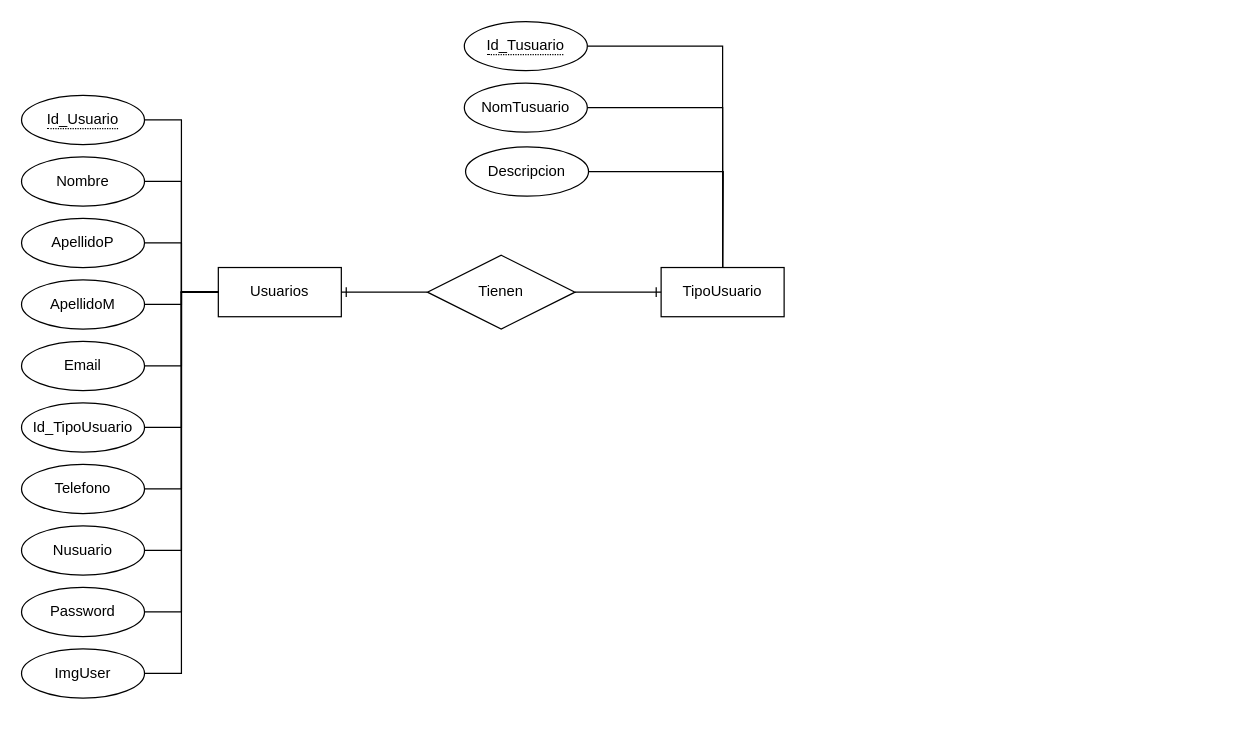
Earlier version of the draw.io diagram page "Modelo_ER" (2 of 2) of Proyecto_WebCarr.drawio (JlchavezG/WebCarr). Source tidied: cells renumbered, new cells numbered last; positions are measured from the earlier drawing's top-left corner, leaving out a move shared by most shapes. Both pictures are drawn from the tidied source at 123%, with x=0, y=0 at pixel (21, 21).
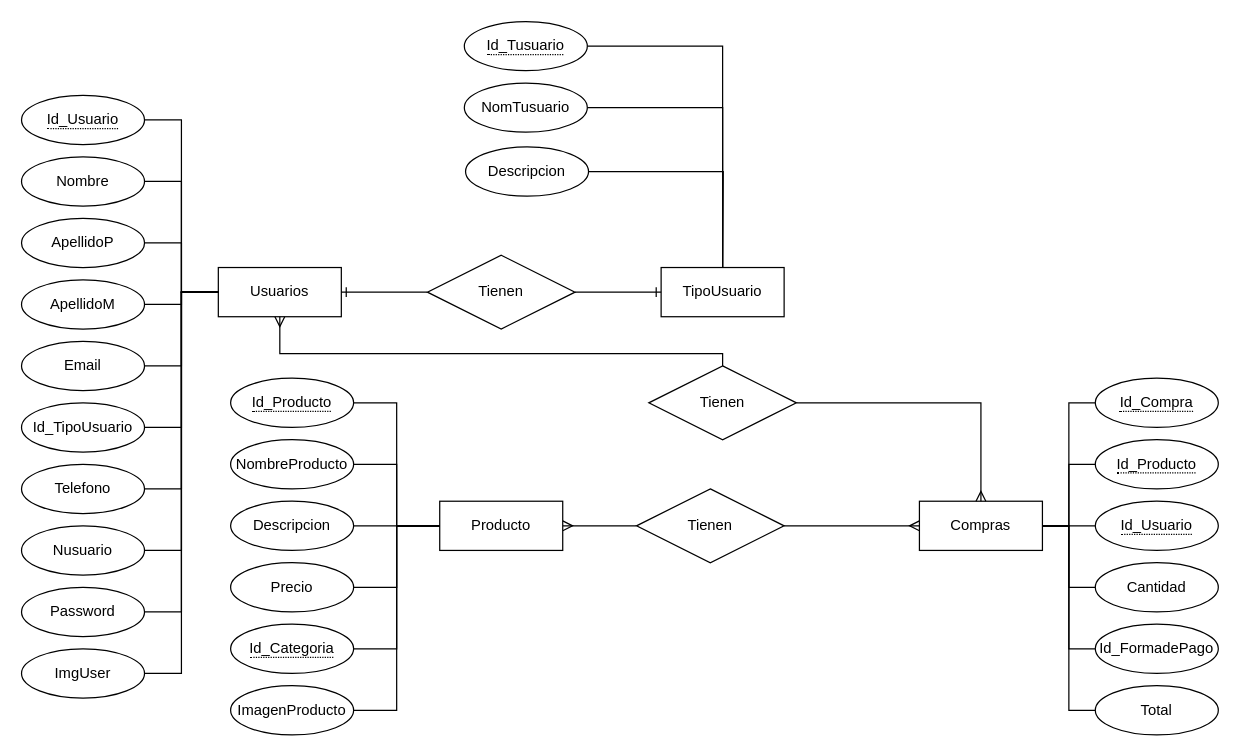
The same diagram, later.

Unchanged cells that the change refers to:
```xml
<mxCell id="3" value="Usuarios&lt;br&gt;" style="whiteSpace=wrap;html=1;align=center;" parent="1" vertex="1">
  <mxGeometry x="160" y="200" width="100" height="40" as="geometry" />
</mxCell>
```

Change to the diagram source:
```diff
@@
+    <mxCell id="34" style="edgeStyle=orthogonalEdgeStyle;rounded=0;jettySize=auto;html=1;entryX=0;entryY=0.5;entryDx=0;entryDy=0;endArrow=none;endFill=0;startArrow=ERmany;startFill=0;" parent="1" edge="1" source="35" target="49">
+      <mxGeometry relative="1" as="geometry" />
+    </mxCell>
+    <mxCell id="35" value="Producto" style="whiteSpace=wrap;html=1;align=center;" parent="1" vertex="1">
+      <mxGeometry x="340" y="390" width="100" height="40" as="geometry" />
+    </mxCell>
+    <mxCell id="36" style="edgeStyle=orthogonalEdgeStyle;rounded=0;jettySize=auto;html=1;entryX=0;entryY=0.5;entryDx=0;entryDy=0;endArrow=none;endFill=0;" parent="1" edge="1" source="37" target="35">
+      <mxGeometry relative="1" as="geometry" />
+    </mxCell>
+    <mxCell id="37" value="&lt;span style=&quot;border-bottom: 1px dotted&quot;&gt;Id_Producto&lt;/span&gt;" style="ellipse;whiteSpace=wrap;html=1;align=center;" parent="1" vertex="1">
+      <mxGeometry x="170" y="290" width="100" height="40" as="geometry" />
+    </mxCell>
+    <mxCell id="38" style="edgeStyle=orthogonalEdgeStyle;rounded=0;jettySize=auto;html=1;entryX=0;entryY=0.5;entryDx=0;entryDy=0;endArrow=none;endFill=0;" parent="1" edge="1" source="39" target="35">
+      <mxGeometry relative="1" as="geometry" />
+    </mxCell>
+    <mxCell id="39" value="NombreProducto" style="ellipse;whiteSpace=wrap;html=1;align=center;" parent="1" vertex="1">
+      <mxGeometry x="170" y="340" width="100" height="40" as="geometry" />
+    </mxCell>
+    <mxCell id="40" style="edgeStyle=orthogonalEdgeStyle;rounded=0;jettySize=auto;html=1;entryX=0;entryY=0.5;entryDx=0;entryDy=0;endArrow=none;endFill=0;" parent="1" edge="1" source="41" target="35">
+      <mxGeometry relative="1" as="geometry" />
+    </mxCell>
+    <mxCell id="41" value="Descripcion" style="ellipse;whiteSpace=wrap;html=1;align=center;" parent="1" vertex="1">
+      <mxGeometry x="170" y="390" width="100" height="40" as="geometry" />
+    </mxCell>
+    <mxCell id="42" style="edgeStyle=orthogonalEdgeStyle;rounded=0;jettySize=auto;html=1;entryX=0;entryY=0.5;entryDx=0;entryDy=0;endArrow=none;endFill=0;" parent="1" edge="1" source="43" target="35">
+      <mxGeometry relative="1" as="geometry" />
+    </mxCell>
+    <mxCell id="43" value="Precio" style="ellipse;whiteSpace=wrap;html=1;align=center;" parent="1" vertex="1">
+      <mxGeometry x="170" y="440" width="100" height="40" as="geometry" />
+    </mxCell>
+    <mxCell id="44" style="edgeStyle=orthogonalEdgeStyle;rounded=0;jettySize=auto;html=1;entryX=0;entryY=0.5;entryDx=0;entryDy=0;endArrow=none;endFill=0;" parent="1" edge="1" source="45" target="35">
+      <mxGeometry relative="1" as="geometry" />
+    </mxCell>
+    <mxCell id="45" value="&lt;span style=&quot;border-bottom: 1px dotted&quot;&gt;Id_Categoria&lt;/span&gt;" style="ellipse;whiteSpace=wrap;html=1;align=center;" parent="1" vertex="1">
+      <mxGeometry x="170" y="490" width="100" height="40" as="geometry" />
+    </mxCell>
+    <mxCell id="46" style="edgeStyle=orthogonalEdgeStyle;rounded=0;jettySize=auto;html=1;entryX=0;entryY=0.5;entryDx=0;entryDy=0;endArrow=none;endFill=0;" parent="1" edge="1" source="47" target="35">
+      <mxGeometry relative="1" as="geometry" />
+    </mxCell>
+    <mxCell id="47" value="ImagenProducto" style="ellipse;whiteSpace=wrap;html=1;align=center;" parent="1" vertex="1">
+      <mxGeometry x="170" y="540" width="100" height="40" as="geometry" />
+    </mxCell>
+    <mxCell id="48" style="edgeStyle=orthogonalEdgeStyle;rounded=0;jettySize=auto;html=1;exitX=1;exitY=0.5;exitDx=0;exitDy=0;entryX=0;entryY=0.5;entryDx=0;entryDy=0;endArrow=ERmany;endFill=0;" parent="1" edge="1" source="49" target="50">
+      <mxGeometry relative="1" as="geometry" />
+    </mxCell>
+    <mxCell id="49" value="Tienen" style="shape=rhombus;perimeter=rhombusPerimeter;whiteSpace=wrap;html=1;align=center;" parent="1" vertex="1">
+      <mxGeometry x="500" y="380" width="120" height="60" as="geometry" />
+    </mxCell>
+    <mxCell id="50" value="Compras" style="whiteSpace=wrap;html=1;align=center;" parent="1" vertex="1">
+      <mxGeometry x="730" y="390" width="100" height="40" as="geometry" />
+    </mxCell>
+    <mxCell id="51" style="edgeStyle=orthogonalEdgeStyle;rounded=0;jettySize=auto;html=1;entryX=0.5;entryY=0;entryDx=0;entryDy=0;endArrow=ERmany;endFill=0;" parent="1" edge="1" source="53" target="50">
+      <mxGeometry relative="1" as="geometry" />
+    </mxCell>
+    <mxCell id="52" style="edgeStyle=orthogonalEdgeStyle;rounded=0;jettySize=auto;html=1;entryX=0.5;entryY=1;entryDx=0;entryDy=0;endArrow=ERmany;endFill=0;" parent="1" edge="1" source="53" target="3">
+      <mxGeometry relative="1" as="geometry">
+        <Array as="points">
+          <mxPoint x="570" y="270" />
+          <mxPoint x="210" y="270" />
+        </Array>
+      </mxGeometry>
+    </mxCell>
+    <mxCell id="53" value="Tienen" style="shape=rhombus;perimeter=rhombusPerimeter;whiteSpace=wrap;html=1;align=center;" parent="1" vertex="1">
+      <mxGeometry x="510" y="280" width="120" height="60" as="geometry" />
+    </mxCell>
+    <mxCell id="54" style="edgeStyle=orthogonalEdgeStyle;rounded=0;jettySize=auto;html=1;entryX=1;entryY=0.5;entryDx=0;entryDy=0;endArrow=none;endFill=0;" parent="1" edge="1" source="55" target="50">
+      <mxGeometry relative="1" as="geometry" />
+    </mxCell>
+    <mxCell id="55" value="&lt;span style=&quot;border-bottom: 1px dotted&quot;&gt;Id_Compra&lt;/span&gt;" style="ellipse;whiteSpace=wrap;html=1;align=center;" parent="1" vertex="1">
+      <mxGeometry x="873" y="290" width="100" height="40" as="geometry" />
+    </mxCell>
+    <mxCell id="56" style="edgeStyle=orthogonalEdgeStyle;rounded=0;jettySize=auto;html=1;exitX=0;exitY=0.5;exitDx=0;exitDy=0;entryX=1;entryY=0.5;entryDx=0;entryDy=0;endArrow=none;endFill=0;" parent="1" edge="1" source="57" target="50">
+      <mxGeometry relative="1" as="geometry" />
+    </mxCell>
+    <mxCell id="57" value="&lt;span style=&quot;border-bottom: 1px dotted&quot;&gt;Id_Producto&lt;/span&gt;" style="ellipse;whiteSpace=wrap;html=1;align=center;" parent="1" vertex="1">
+      <mxGeometry x="873" y="340" width="100" height="40" as="geometry" />
+    </mxCell>
+    <mxCell id="58" style="edgeStyle=orthogonalEdgeStyle;rounded=0;jettySize=auto;html=1;entryX=1;entryY=0.5;entryDx=0;entryDy=0;endArrow=none;endFill=0;" parent="1" edge="1" source="59" target="50">
+      <mxGeometry relative="1" as="geometry" />
+    </mxCell>
+    <mxCell id="59" value="Cantidad" style="ellipse;whiteSpace=wrap;html=1;align=center;" parent="1" vertex="1">
+      <mxGeometry x="873" y="440" width="100" height="40" as="geometry" />
+    </mxCell>
+    <mxCell id="60" style="edgeStyle=orthogonalEdgeStyle;rounded=0;jettySize=auto;html=1;entryX=1;entryY=0.5;entryDx=0;entryDy=0;endArrow=none;endFill=0;" parent="1" edge="1" source="61" target="50">
+      <mxGeometry relative="1" as="geometry" />
+    </mxCell>
+    <mxCell id="61" value="&lt;span style=&quot;border-bottom: 1px dotted&quot;&gt;Id_Usuario&lt;br&gt;&lt;/span&gt;" style="ellipse;whiteSpace=wrap;html=1;align=center;" parent="1" vertex="1">
+      <mxGeometry x="873" y="390" width="100" height="40" as="geometry" />
+    </mxCell>
+    <mxCell id="62" style="edgeStyle=orthogonalEdgeStyle;rounded=0;jettySize=auto;html=1;entryX=1;entryY=0.5;entryDx=0;entryDy=0;endArrow=none;endFill=0;" parent="1" edge="1" source="63" target="50">
+      <mxGeometry relative="1" as="geometry" />
+    </mxCell>
+    <mxCell id="63" value="Id_FormadePago" style="ellipse;whiteSpace=wrap;html=1;align=center;" parent="1" vertex="1">
+      <mxGeometry x="873" y="490" width="100" height="40" as="geometry" />
+    </mxCell>
+    <mxCell id="64" style="edgeStyle=orthogonalEdgeStyle;rounded=0;jettySize=auto;html=1;entryX=1;entryY=0.5;entryDx=0;entryDy=0;endArrow=none;endFill=0;" parent="1" edge="1" source="65" target="50">
+      <mxGeometry relative="1" as="geometry" />
+    </mxCell>
+    <mxCell id="65" value="Total" style="ellipse;whiteSpace=wrap;html=1;align=center;" parent="1" vertex="1">
+      <mxGeometry x="873" y="540" width="100" height="40" as="geometry" />
+    </mxCell>
```
